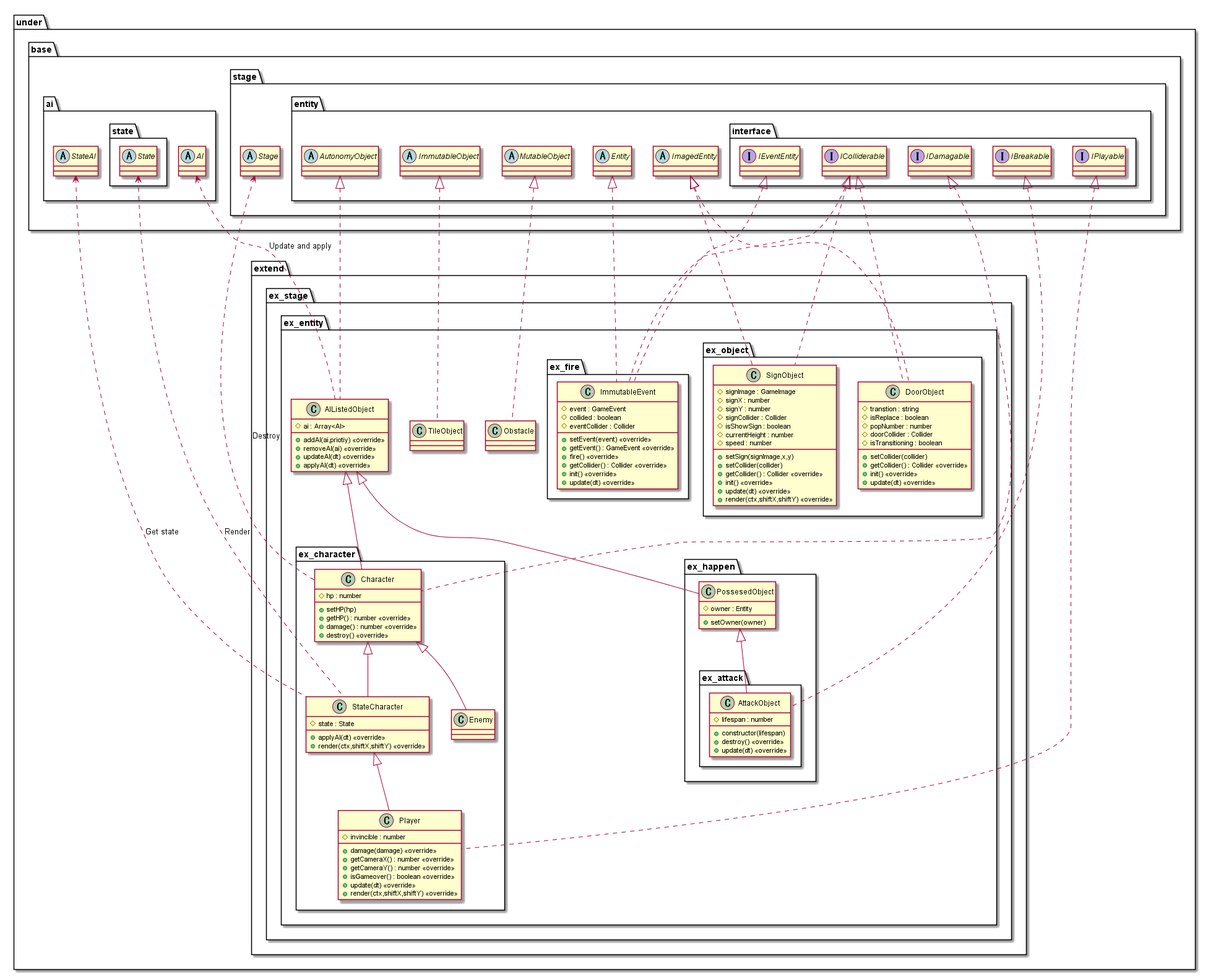
Earlier version of the PlantUML export out/uml/entity/Extend/EntityExtend.png (Expine/Under).
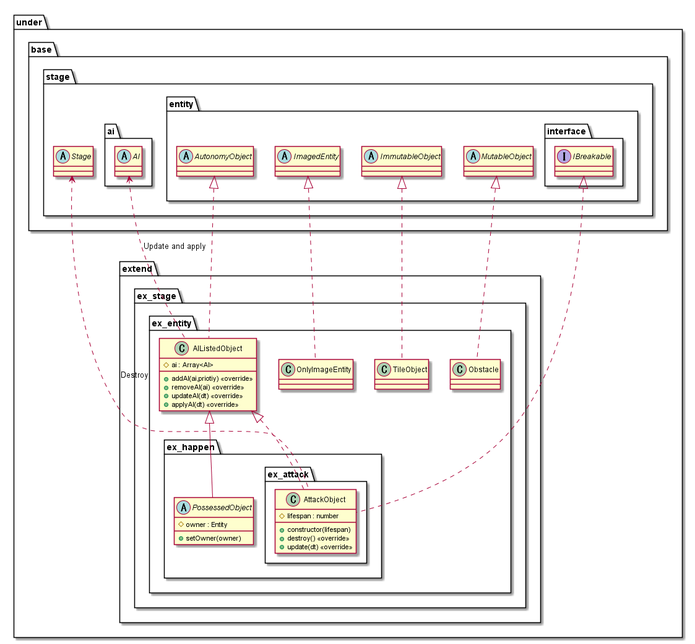
The same diagram one commit later.

The edit, as a diff of the source:
```diff
@@ -5,49 +5,13 @@
             package ex_entity {
                 class TileObject
                 class Obstacle
+                class OnlyImageEntity
                 class AIListedObject {
                     #ai : Array<AI>
                     +addAI(ai,priotiy) <<override>>
                     +removeAI(ai) <<override>>
                     +updateAI(dt) <<override>>
                     +applyAI(dt) <<override>>
-                }
-                package ex_character {
-                    class Character {
-                        #hp : number
-                        +setHP(hp)
-                        +getHP() : number <<override>>
-                        +damage() : number <<override>>
-                        +destroy() <<override>>
-                    }
-                    class StateCharacter {
-                        #state : State
-                        +applyAI(dt) <<override>>
-                        +render(ctx,shiftX,shiftY) <<override>>
-                    }
-                    class Enemy
-                    class Player {
-                        #invincible : number
-                        +damage(damage) <<override>>
-                        +getCameraX() : number <<override>>
-                        +getCameraY() : number <<override>>
-                        +isGameover() : boolean <<override>>
-                        +update(dt) <<override>>
-                        +render(ctx,shiftX,shiftY) <<override>>
-                    }
-                }
-                package ex_fire {
-                    class ImmutableEvent {
-                        #event : GameEvent
-                        #collided : boolean
-                        #eventCollider : Collider
-                        +setEvent(event) <<override>>
-                        +getEvent() : GameEvent <<override>>
-                        +fire() <<override>>
-                        +getCollider() : Collider <<override>>
-                        +init() <<override>>
-                        +update(dt) <<override>>
-                    }
                 }
                 package ex_happen {
                     package ex_attack {
@@ -58,37 +22,9 @@
                             +update(dt) <<override>>
                         }
                     }
-                    class PossesedObject {
+                    abstract PossessedObject {
                         #owner : Entity
                         +setOwner(owner)
-                    }
-                }
-                package ex_object {
-                    class DoorObject {
-                        #transtion : string
-                        #isReplace : boolean
-                        #popNumber : number
-                        #doorCollider : Collider
-                        #isTransitioning : boolean
-                        +setCollider(collider)
-                        +getCollider() : Collider <<override>>
-                        +init() <<override>>
-                        +update(dt) <<override>>
-                    }
-                    class SignObject {
-                        #signImage : GameImage
-                        #signX : number
-                        #signY : number
-                        #signCollider : Collider
-                        #isShowSign : boolean
-                        #currentHeight : number
-                        #speed : number
-                        +setSign(signImage,x,y)
-                        +setCollider(collider)
-                        +getCollider() : Collider <<override>>
-                        +init() <<override>>
-                        +update(dt) <<override>>
-                        +render(ctx,shiftX,shiftY) <<override>>
                     }
                 }
             }
@@ -98,27 +34,18 @@
 
 package under {
     package base {
-        package ai {
-            abstract AI
-            abstract StateAI
-            package state {
-                abstract State
-            }
-        }
         package stage {
             abstract Stage
+            package ai {
+                abstract AI
+            }
             package entity {
-                abstract Entity
                 abstract ImagedEntity
                 abstract ImmutableObject
                 abstract MutableObject
                 abstract AutonomyObject
                 package interface {
-                    interface IDamagable
                     interface IBreakable
-                    interface IPlayable
-                    interface IEventEntity
-                    interface IColliderable
                 }
             }
         }
@@ -126,32 +53,16 @@
 }
 
 AI <.. AIListedObject : Update and apply
-Stage <.. Character : Destroy
-StateAI <.. StateCharacter : Get state
-State <.. StateCharacter : Render
 
+Stage <.. AttackObject : Destroy
+
+ImagedEntity <|.. OnlyImageEntity
 ImmutableObject <|.. TileObject
 MutableObject <|.. Obstacle
 AutonomyObject <|.. AIListedObject
 
-AIListedObject <|-- Character
-IDamagable <|.. Character
-Character <|-- StateCharacter
-StateCharacter <|-- Player
-IPlayable <|.. Player
-Character <|-- Enemy
-
-Entity <|.. ImmutableEvent
-IEventEntity <|.. ImmutableEvent
-IColliderable <|.. ImmutableEvent
-
-AIListedObject <|-- PossesedObject
-PossesedObject <|-- AttackObject
+AIListedObject <|-- PossessedObject
+AIListedObject <|.. AttackObject
 IBreakable <|.. AttackObject
 
-ImagedEntity <|.. DoorObject
-IColliderable <|.. DoorObject
-ImagedEntity <|.. SignObject
-IColliderable <|.. SignObject
-
 @enduml
```
